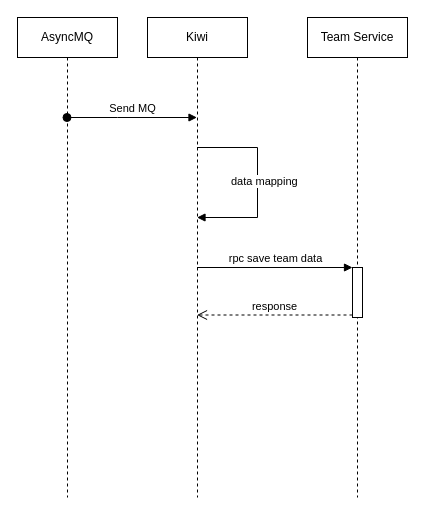
Earlier version of the draw.io diagram team migration phase 2.drawio (fengyouliang/drawio). Source tidied: cells renumbered, new cells numbered last; positions are measured from the earlier drawing's top-left corner, leaving out a move shared by most shapes. Both pictures are drawn from the tidied source at 100%, with x=0, y=0 at pixel (17, 17).
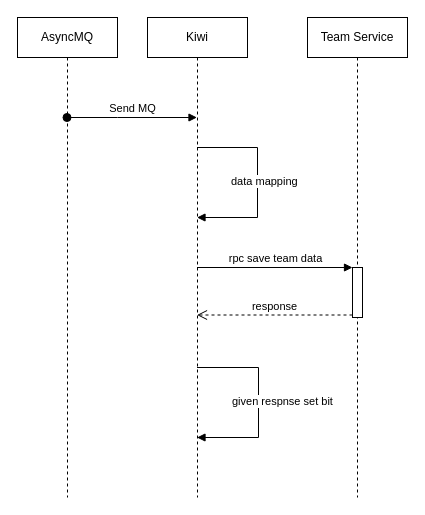
Above is the later version.

Change to the diagram source:
```diff
@@
 <mxGraphModel>
   <root>
     <mxCell id="0" />
     <mxCell id="1" parent="0" />
     <mxCell id="2" value="AsyncMQ" style="shape=umlLifeline;perimeter=lifelinePerimeter;whiteSpace=wrap;html=1;outlineConnect=0;" parent="1" vertex="1">
       <mxGeometry width="100" height="480" as="geometry" />
     </mxCell>
     <mxCell id="3" value="Kiwi" style="shape=umlLifeline;perimeter=lifelinePerimeter;whiteSpace=wrap;html=1;outlineConnect=0;" parent="1" vertex="1">
       <mxGeometry x="130" width="100" height="480" as="geometry" />
     </mxCell>
     <mxCell id="4" value="Team Service" style="shape=umlLifeline;perimeter=lifelinePerimeter;whiteSpace=wrap;html=1;" parent="1" vertex="1">
       <mxGeometry x="290" width="100" height="480" as="geometry" />
     </mxCell>
     <mxCell id="5" style="html=1;points=[];perimeter=orthogonalPerimeter;" parent="4" vertex="1">
       <mxGeometry x="45" y="250" width="10" height="50" as="geometry" />
     </mxCell>
     <mxCell id="6" value="Send MQ" style="html=1;verticalAlign=bottom;startArrow=oval;startFill=1;endArrow=block;startSize=8;rounded=0;" parent="1" edge="1" source="2" target="3">
       <mxGeometry relative="1" as="geometry">
         <Array as="points">
           <mxPoint x="100" y="100" />
         </Array>
       </mxGeometry>
     </mxCell>
     <mxCell id="7" value="data mapping" style="edgeStyle=orthogonalEdgeStyle;html=1;align=left;spacingLeft=2;endArrow=block;rounded=0;" parent="1" edge="1" source="3" target="3">
       <mxGeometry x="-0.03" y="-30" relative="1" as="geometry">
         <Array as="points">
           <mxPoint x="240" y="130" />
           <mxPoint x="240" y="200" />
         </Array>
         <mxPoint y="1" as="offset" />
       </mxGeometry>
     </mxCell>
     <mxCell id="8" value="rpc save team data" style="html=1;verticalAlign=bottom;endArrow=block;entryX=0;entryY=0;rounded=0;" parent="1" edge="1" source="3" target="5">
       <mxGeometry relative="1" as="geometry" />
     </mxCell>
     <mxCell id="9" value="response" style="html=1;verticalAlign=bottom;endArrow=open;dashed=1;endSize=8;exitX=0;exitY=0.95;rounded=0;" parent="1" edge="1" source="5" target="3">
       <mxGeometry relative="1" as="geometry" />
     </mxCell>
+    <mxCell id="10" value="given respnse set bit" style="edgeStyle=orthogonalEdgeStyle;html=1;align=left;spacingLeft=2;endArrow=block;rounded=0;" parent="1" edge="1" source="3" target="3">
+      <mxGeometry x="-0.03" y="-30" relative="1" as="geometry">
+        <Array as="points">
+          <mxPoint x="241" y="350" />
+          <mxPoint x="241" y="420" />
+        </Array>
+        <mxPoint y="1" as="offset" />
+      </mxGeometry>
+    </mxCell>
   </root>
 </mxGraphModel>
```
